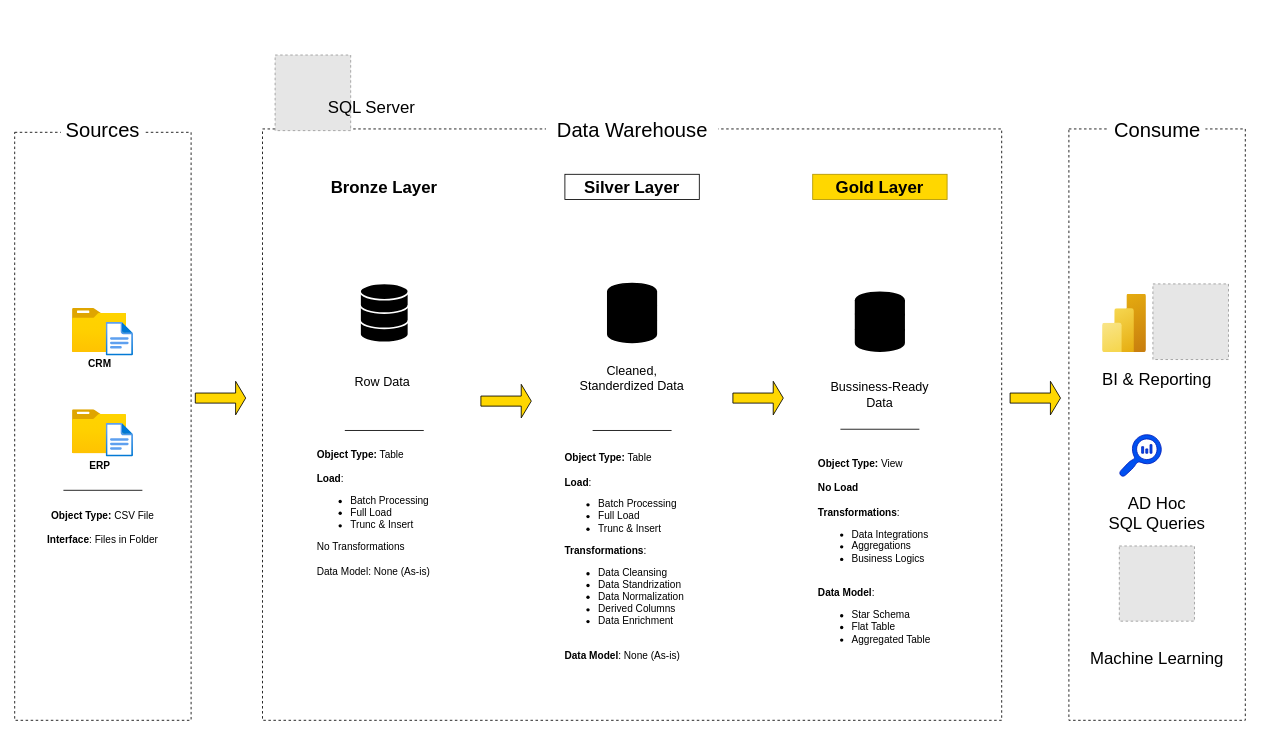
Before: page "Page-1" (1 of 2) of docs/data_flow_diagram.drawio in moufik1/SQL-Data-Warehouse-Project, a draw.io diagram. Source tidied: cells renumbered, new cells numbered last; positions are measured from the earlier drawing's top-left corner, leaving out a move shared by most shapes. Both pictures are drawn from the tidied source at 84%, with x=0, y=0 at pixel (14, 55). Pictures stored in the file or linked from it are replaced by grey dashed boxes.
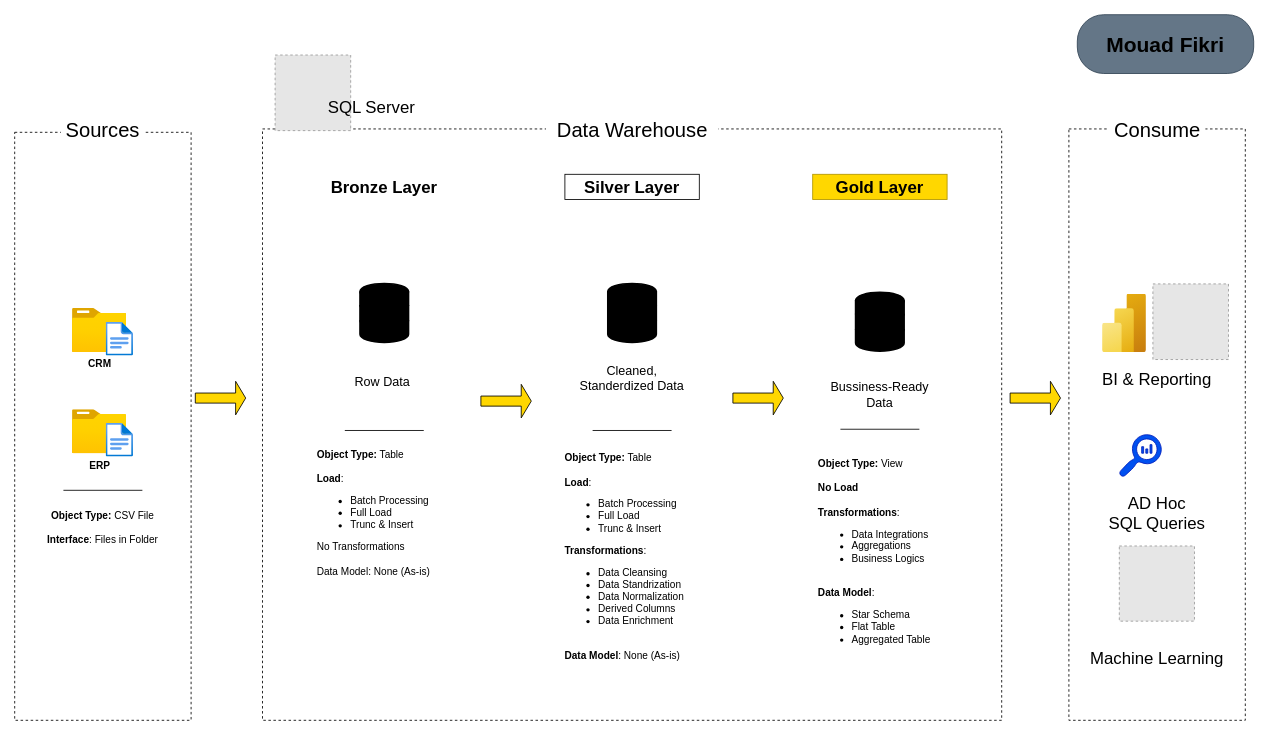
The same diagram, later.

What changed in the source:
```diff
@@
-    <mxCell id="20" style="html=1;verticalLabelPosition=bottom;align=center;labelBackgroundColor=#ffffff;verticalAlign=top;strokeWidth=2;strokeColor=light-dark(#FFFFFF,#B0B0B0);shadow=0;dashed=0;shape=mxgraph.ios7.icons.data;fillColor=light-dark(#000000,#CD7F32);" parent="1" vertex="1">
+    <mxCell id="20" style="html=1;verticalLabelPosition=bottom;align=center;labelBackgroundColor=#ffffff;verticalAlign=top;strokeWidth=2;strokeColor=light-dark(#000000,#000000);shadow=0;dashed=0;shape=mxgraph.ios7.icons.data;fillColor=light-dark(#000000,#CD7F32);" parent="1" vertex="1">
       <mxGeometry x="411.1" y="272" width="57.7" height="70" as="geometry" />
     </mxCell>
-    <mxCell id="21" style="html=1;verticalLabelPosition=bottom;align=center;labelBackgroundColor=#ffffff;verticalAlign=top;strokeWidth=2;strokeColor=default;shadow=0;dashed=0;shape=mxgraph.ios7.icons.data;fillColor=light-dark(#000000,#FFD700);" parent="1" vertex="1">
-      <mxGeometry x="1001.1" y="282.4" width="57.7" height="70" as="geometry" />
+    <mxCell id="21" style="html=1;verticalLabelPosition=bottom;align=center;labelBackgroundColor=#ffffff;verticalAlign=top;strokeWidth=2;strokeColor=light-dark(#000000,#000000);shadow=0;dashed=0;shape=mxgraph.ios7.icons.data;fillColor=light-dark(#000000,#FFD700);" parent="1" vertex="1">
+      <mxGeometry x="1001.1" y="282.5" width="57.7" height="70" as="geometry" />
     </mxCell>
-    <mxCell id="22" style="html=1;verticalLabelPosition=bottom;align=center;labelBackgroundColor=#ffffff;verticalAlign=top;strokeWidth=2;strokeColor=default;shadow=0;dashed=0;shape=mxgraph.ios7.icons.data;fillColor=light-dark(#000000,#B0B0B0);" parent="1" vertex="1">
+    <mxCell id="22" style="html=1;verticalLabelPosition=bottom;align=center;labelBackgroundColor=#ffffff;verticalAlign=top;strokeWidth=2;strokeColor=light-dark(#000000,#000000);shadow=0;dashed=0;shape=mxgraph.ios7.icons.data;fillColor=light-dark(#000000,#B0B0B0);" parent="1" vertex="1">
       <mxGeometry x="706.1" y="272" width="57.7" height="70" as="geometry" />
     </mxCell>
@@
+    <mxCell id="45" value="&lt;font style=&quot;font-size: 25px; color: light-dark(rgb(0, 0, 0), rgb(255, 254, 253));&quot;&gt;&lt;b&gt;Mouad Fikri&lt;/b&gt;&lt;/font&gt;" style="text;html=1;whiteSpace=wrap;align=center;verticalAlign=middle;rounded=1;fillColor=#647687;fontColor=#ffffff;strokeColor=#314354;arcSize=45;" parent="1" vertex="1">
+      <mxGeometry x="1265" y="-48" width="210" height="70" as="geometry" />
+    </mxCell>
```
